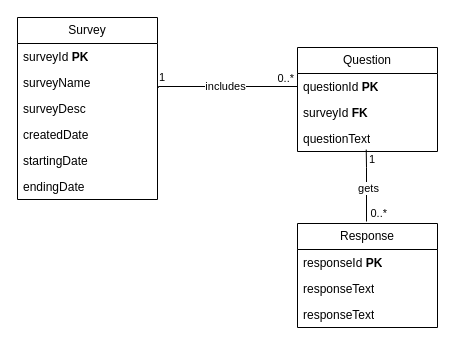
This is survey-tietokantakaavio.drawio from ohjelmistoprojekti-PPGP/kysely-documentation, a draw.io file, before an edit. Source tidied: cells renumbered, new cells numbered last; positions are measured from the earlier drawing's top-left corner, leaving out a move shared by most shapes. Both pictures are drawn from the tidied source at 100%, with x=0, y=0 at pixel (17, 17).
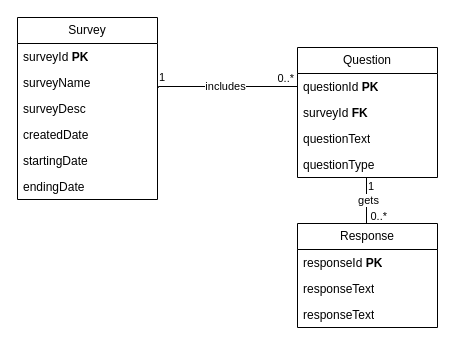
The same diagram, later.

Unchanged cells that the change refers to:
```xml
<mxCell id="12" value="questionText" style="text;strokeColor=none;fillColor=none;align=left;verticalAlign=top;spacingLeft=4;spacingRight=4;overflow=hidden;points=[[0,0.5],[1,0.5]];portConstraint=eastwest;whiteSpace=wrap;html=1;" parent="9" vertex="1">
  <mxGeometry y="78" width="140" height="26" as="geometry" />
</mxCell>
```

Diff of the diagram source:
```diff
@@
     <mxCell id="9" value="Question" style="swimlane;fontStyle=0;horizontal=1;startSize=26;fillColor=none;whiteSpace=wrap;html=1;" parent="1" vertex="1">
-      <mxGeometry x="280" y="30" width="140" height="104" as="geometry" />
+      <mxGeometry x="280" y="30" width="140" height="130" as="geometry" />
     </mxCell>
@@
+    <mxCell id="25" value="questionType" style="text;strokeColor=none;fillColor=none;align=left;verticalAlign=top;spacingLeft=4;spacingRight=4;overflow=hidden;whiteSpace=wrap;html=1;" parent="9" vertex="1">
+      <mxGeometry y="104" width="140" height="26" as="geometry" />
+    </mxCell>
@@
-    <mxCell id="21" style="endArrow=none;html=1;edgeStyle=orthogonalEdgeStyle;rounded=0;exitX=0.491;exitY=0.926;exitDx=0;exitDy=0;exitPerimeter=0;" parent="1" edge="1" source="12">
+    <mxCell id="21" style="endArrow=none;html=1;edgeStyle=orthogonalEdgeStyle;rounded=0;" parent="1" edge="1">
       <mxGeometry relative="1" as="geometry">
-        <mxPoint x="349" y="204" as="targetPoint" />
-        <Array as="points">
-          <mxPoint x="349" y="150" />
-          <mxPoint x="349" y="204" />
-          <mxPoint x="350" y="204" />
-        </Array>
+        <mxPoint x="349" y="160" as="sourcePoint" />
+        <mxPoint x="349" y="206" as="targetPoint" />
       </mxGeometry>
     </mxCell>
     <mxCell id="22" value="1" style="edgeLabel;html=1;align=left;verticalAlign=bottom;" parent="21" vertex="1">
       <mxGeometry x="-1" relative="1" as="geometry">
-        <mxPoint x="1" y="18" as="offset" />
+        <mxPoint y="17" as="offset" />
       </mxGeometry>
     </mxCell>
     <mxCell id="23" value="0..*" style="edgeLabel;html=1;align=right;verticalAlign=bottom;" parent="21" vertex="1">
       <mxGeometry x="1" relative="1" as="geometry">
-        <mxPoint x="21" as="offset" />
+        <mxPoint x="21" y="1" as="offset" />
       </mxGeometry>
     </mxCell>
     <mxCell id="24" value="gets" style="edgeLabel;html=1;align=center;verticalAlign=middle;" parent="21" vertex="1">
       <mxGeometry x="-0.18" y="-1" relative="1" as="geometry">
-        <mxPoint x="2" y="9" as="offset" />
+        <mxPoint x="2" y="3" as="offset" />
       </mxGeometry>
     </mxCell>
```
